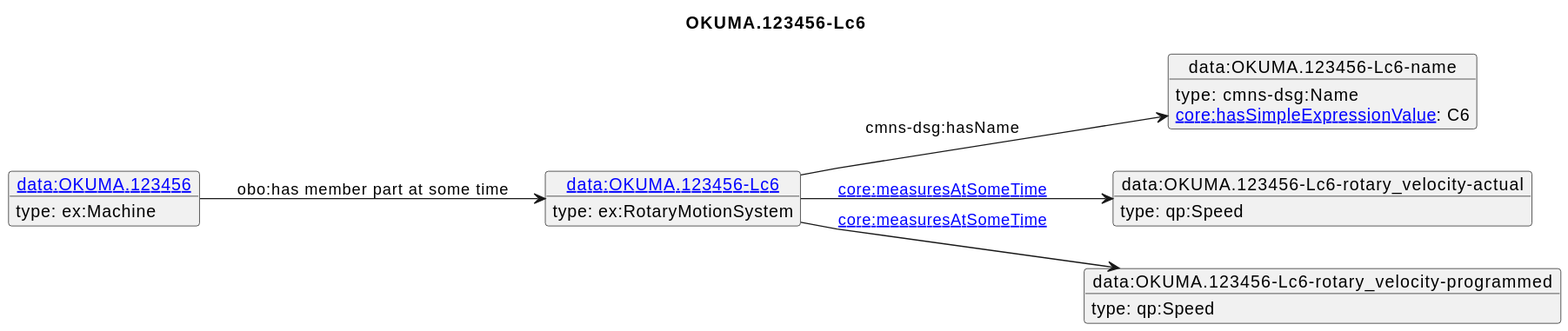
Earlier version of the PlantUML export diagrams/OKUMA.123456-Lc6.svg (iofoundry/example-syseng-mtconnect).
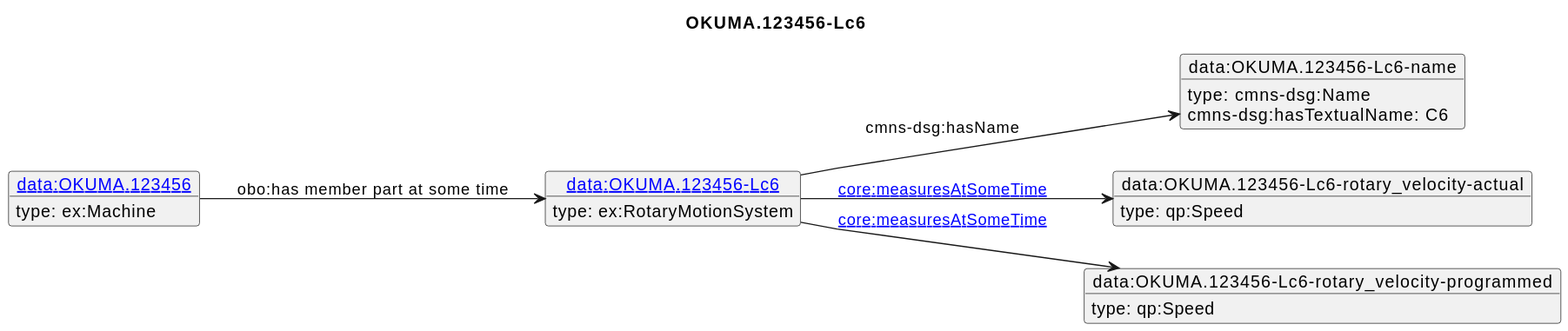
The same diagram one commit later.

What changed in the source:
```diff
@@ -18,7 +18,7 @@
  type: ex:Machine
 }
 o1 --> o2 : cmns-dsg:hasName
-o2 : [[https://spec.industrialontologies.org/ontology/core/Core/hasSimpleExpressionValue core:hasSimpleExpressionValue]]: C6
+o2 : cmns-dsg:hasTextualName: C6
 o1 --> o3 : [[https://spec.industrialontologies.org/ontology/core/Core/measuresAtSomeTime core:measuresAtSomeTime]]
 o1 --> o4 : [[https://spec.industrialontologies.org/ontology/core/Core/measuresAtSomeTime core:measuresAtSomeTime]]
 o5 --> o1 : obo:has member part at some time
```
